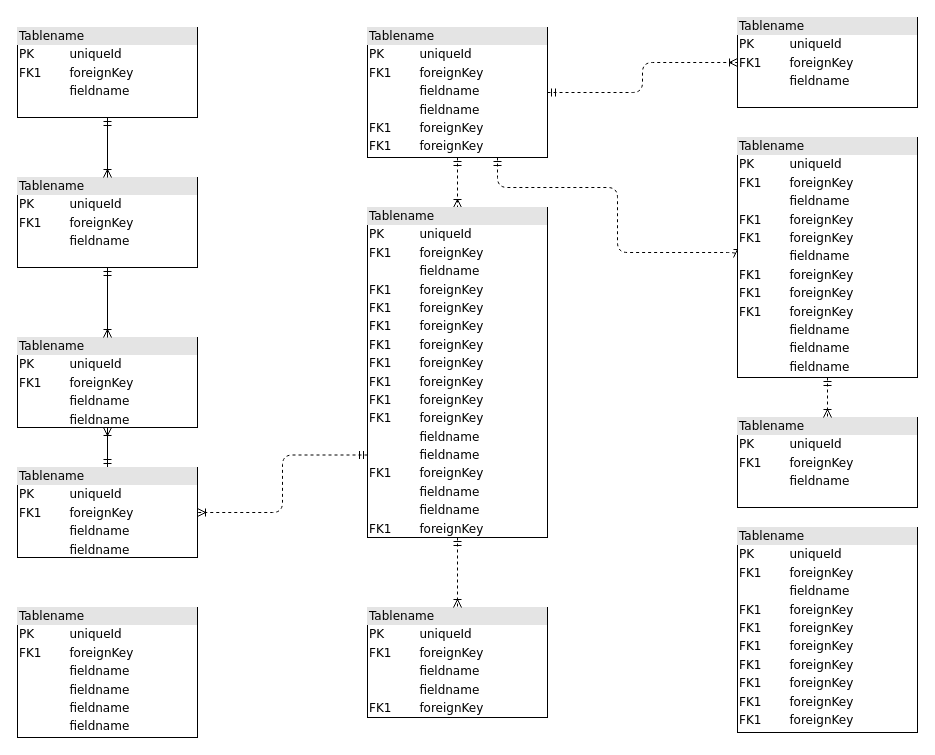
Krono159/bases-de-datos keeps this draw.io diagram as bases de datos/agencia web.drawio. Above is the earlier version. Source tidied: cells renumbered, new cells numbered last; positions are measured from the earlier drawing's top-left corner, leaving out a move shared by most shapes. Both pictures are drawn from the tidied source at 100%, with x=0, y=0 at pixel (17, 17).
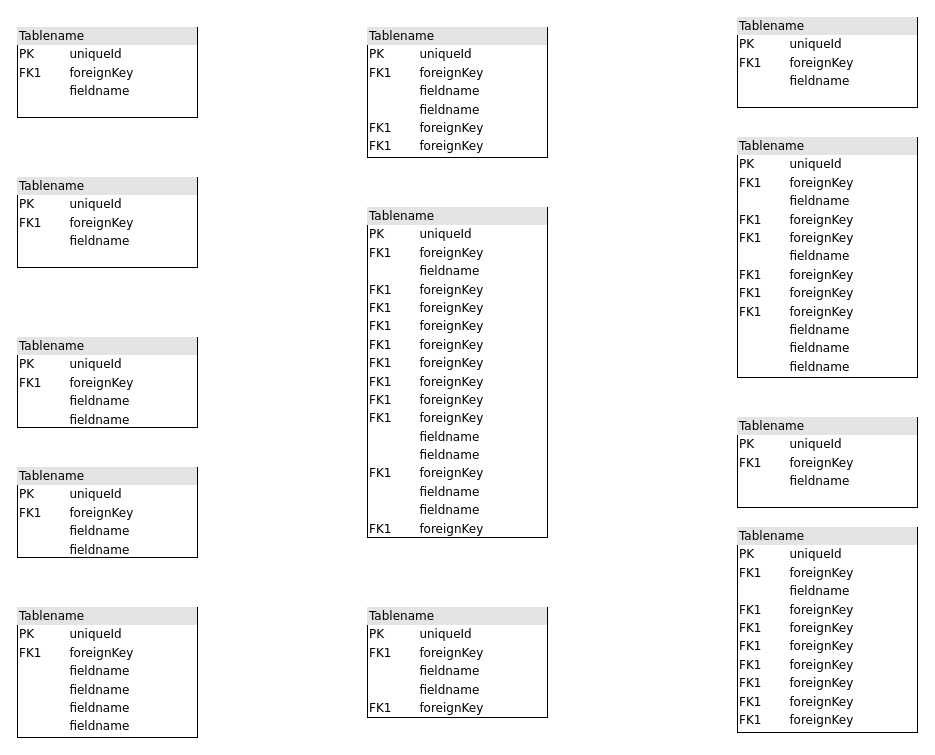
Above is the later version.

Unchanged cells that the change refers to:
```xml
<mxCell id="2" value="&lt;div style=&quot;box-sizing:border-box;width:100%;background:#e4e4e4;padding:2px;&quot;&gt;Tablename&lt;/div&gt;&lt;table style=&quot;width:100%;font-size:1em;&quot; cellpadding=&quot;2&quot; cellspacing=&quot;0&quot;&gt;&lt;tr&gt;&lt;td&gt;PK&lt;/td&gt;&lt;td&gt;uniqueId&lt;/td&gt;&lt;/tr&gt;&lt;tr&gt;&lt;td&gt;FK1&lt;/td&gt;&lt;td&gt;foreignKey&lt;/td&gt;&lt;/tr&gt;&lt;tr&gt;&lt;td&gt;&lt;/td&gt;&lt;td&gt;fieldname&lt;/td&gt;&lt;/tr&gt;&lt;/table&gt;" style="verticalAlign=top;align=left;overflow=fill;html=1;rounded=0;shadow=0;comic=0;labelBackgroundColor=none;strokeWidth=1;fontFamily=Verdana;fontSize=12;" parent="1" vertex="1">
  <mxGeometry y="10" width="180" height="90" as="geometry" />
</mxCell>
<mxCell id="6" value="&lt;div style=&quot;box-sizing: border-box ; width: 100% ; background: #e4e4e4 ; padding: 2px&quot;&gt;Tablename&lt;/div&gt;&lt;table style=&quot;width: 100% ; font-size: 1em&quot; cellpadding=&quot;2&quot; cellspacing=&quot;0&quot;&gt;&lt;tbody&gt;&lt;tr&gt;&lt;td&gt;PK&lt;/td&gt;&lt;td&gt;uniqueId&lt;/td&gt;&lt;/tr&gt;&lt;tr&gt;&lt;td&gt;FK1&lt;/td&gt;&lt;td&gt;foreignKey&lt;/td&gt;&lt;/tr&gt;&lt;tr&gt;&lt;td&gt;&lt;/td&gt;&lt;td&gt;fieldname&lt;/td&gt;&lt;/tr&gt;&lt;tr&gt;&lt;td&gt;&lt;br&gt;&lt;/td&gt;&lt;td&gt;fieldname&lt;br&gt;&lt;/td&gt;&lt;/tr&gt;&lt;tr&gt;&lt;td&gt;FK1&lt;br&gt;&lt;/td&gt;&lt;td&gt;foreignKey&lt;br&gt;&lt;/td&gt;&lt;/tr&gt;&lt;tr&gt;&lt;td&gt;FK1&lt;br&gt;&lt;/td&gt;&lt;td&gt;foreignKey&lt;br&gt;&lt;/td&gt;&lt;/tr&gt;&lt;/tbody&gt;&lt;/table&gt;" style="verticalAlign=top;align=left;overflow=fill;html=1;rounded=0;shadow=0;comic=0;labelBackgroundColor=none;strokeWidth=1;fontFamily=Verdana;fontSize=12;" parent="1" vertex="1">
  <mxGeometry x="350" y="10" width="180" height="130" as="geometry" />
</mxCell>
<mxCell id="9" value="&lt;div style=&quot;box-sizing: border-box ; width: 100% ; background: #e4e4e4 ; padding: 2px&quot;&gt;Tablename&lt;/div&gt;&lt;table style=&quot;width: 100% ; font-size: 1em&quot; cellpadding=&quot;2&quot; cellspacing=&quot;0&quot;&gt;&lt;tbody&gt;&lt;tr&gt;&lt;td&gt;PK&lt;/td&gt;&lt;td&gt;uniqueId&lt;/td&gt;&lt;/tr&gt;&lt;tr&gt;&lt;td&gt;FK1&lt;/td&gt;&lt;td&gt;foreignKey&lt;/td&gt;&lt;/tr&gt;&lt;tr&gt;&lt;td&gt;&lt;/td&gt;&lt;td&gt;fieldname&lt;/td&gt;&lt;/tr&gt;&lt;tr&gt;&lt;td&gt;&lt;br&gt;&lt;/td&gt;&lt;td&gt;fieldname&lt;br&gt;&lt;/td&gt;&lt;/tr&gt;&lt;/tbody&gt;&lt;/table&gt;" style="verticalAlign=top;align=left;overflow=fill;html=1;rounded=0;shadow=0;comic=0;labelBackgroundColor=none;strokeWidth=1;fontFamily=Verdana;fontSize=12;" parent="1" vertex="1">
  <mxGeometry y="450" width="180" height="90" as="geometry" />
</mxCell>
<mxCell id="10" value="&lt;div style=&quot;box-sizing: border-box ; width: 100% ; background: #e4e4e4 ; padding: 2px&quot;&gt;Tablename&lt;/div&gt;&lt;table style=&quot;width: 100% ; font-size: 1em&quot; cellpadding=&quot;2&quot; cellspacing=&quot;0&quot;&gt;&lt;tbody&gt;&lt;tr&gt;&lt;td&gt;PK&lt;/td&gt;&lt;td&gt;uniqueId&lt;/td&gt;&lt;/tr&gt;&lt;tr&gt;&lt;td&gt;FK1&lt;/td&gt;&lt;td&gt;foreignKey&lt;/td&gt;&lt;/tr&gt;&lt;tr&gt;&lt;td&gt;&lt;/td&gt;&lt;td&gt;fieldname&lt;/td&gt;&lt;/tr&gt;&lt;tr&gt;&lt;td&gt;&lt;br&gt;&lt;/td&gt;&lt;td&gt;fieldname&lt;br&gt;&lt;/td&gt;&lt;/tr&gt;&lt;/tbody&gt;&lt;/table&gt;" style="verticalAlign=top;align=left;overflow=fill;html=1;rounded=0;shadow=0;comic=0;labelBackgroundColor=none;strokeWidth=1;fontFamily=Verdana;fontSize=12;" parent="1" vertex="1">
  <mxGeometry y="320" width="180" height="90" as="geometry" />
</mxCell>
<mxCell id="12" value="&lt;div style=&quot;box-sizing:border-box;width:100%;background:#e4e4e4;padding:2px;&quot;&gt;Tablename&lt;/div&gt;&lt;table style=&quot;width:100%;font-size:1em;&quot; cellpadding=&quot;2&quot; cellspacing=&quot;0&quot;&gt;&lt;tr&gt;&lt;td&gt;PK&lt;/td&gt;&lt;td&gt;uniqueId&lt;/td&gt;&lt;/tr&gt;&lt;tr&gt;&lt;td&gt;FK1&lt;/td&gt;&lt;td&gt;foreignKey&lt;/td&gt;&lt;/tr&gt;&lt;tr&gt;&lt;td&gt;&lt;/td&gt;&lt;td&gt;fieldname&lt;/td&gt;&lt;/tr&gt;&lt;/table&gt;" style="verticalAlign=top;align=left;overflow=fill;html=1;rounded=0;shadow=0;comic=0;labelBackgroundColor=none;strokeWidth=1;fontFamily=Verdana;fontSize=12;" parent="1" vertex="1">
  <mxGeometry y="160" width="180" height="90" as="geometry" />
</mxCell>
<mxCell id="14" value="&lt;div style=&quot;box-sizing: border-box ; width: 100% ; background: #e4e4e4 ; padding: 2px&quot;&gt;Tablename&lt;/div&gt;&lt;table style=&quot;width: 100% ; font-size: 1em&quot; cellpadding=&quot;2&quot; cellspacing=&quot;0&quot;&gt;&lt;tbody&gt;&lt;tr&gt;&lt;td&gt;PK&lt;/td&gt;&lt;td&gt;uniqueId&lt;/td&gt;&lt;/tr&gt;&lt;tr&gt;&lt;td&gt;FK1&lt;/td&gt;&lt;td&gt;foreignKey&lt;/td&gt;&lt;/tr&gt;&lt;tr&gt;&lt;td&gt;&lt;/td&gt;&lt;td&gt;fieldname&lt;/td&gt;&lt;/tr&gt;&lt;tr&gt;&lt;td&gt;&lt;br&gt;&lt;/td&gt;&lt;td&gt;fieldname&lt;br&gt;&lt;/td&gt;&lt;/tr&gt;&lt;tr&gt;&lt;td&gt;FK1&lt;br&gt;&lt;/td&gt;&lt;td&gt;foreignKey&lt;br&gt;&lt;/td&gt;&lt;/tr&gt;&lt;/tbody&gt;&lt;/table&gt;" style="verticalAlign=top;align=left;overflow=fill;html=1;rounded=0;shadow=0;comic=0;labelBackgroundColor=none;strokeWidth=1;fontFamily=Verdana;fontSize=12;" parent="1" vertex="1">
  <mxGeometry x="350" y="590" width="180" height="110" as="geometry" />
</mxCell>
<mxCell id="16" value="&lt;div style=&quot;box-sizing: border-box ; width: 100% ; background: #e4e4e4 ; padding: 2px&quot;&gt;Tablename&lt;/div&gt;&lt;table style=&quot;width: 100% ; font-size: 1em&quot; cellpadding=&quot;2&quot; cellspacing=&quot;0&quot;&gt;&lt;tbody&gt;&lt;tr&gt;&lt;td&gt;PK&lt;/td&gt;&lt;td&gt;uniqueId&lt;/td&gt;&lt;/tr&gt;&lt;tr&gt;&lt;td&gt;FK1&lt;/td&gt;&lt;td&gt;foreignKey&lt;/td&gt;&lt;/tr&gt;&lt;tr&gt;&lt;td&gt;&lt;/td&gt;&lt;td&gt;fieldname&lt;/td&gt;&lt;/tr&gt;&lt;tr&gt;&lt;td&gt;FK1&lt;br&gt;&lt;/td&gt;&lt;td&gt;foreignKey&lt;br&gt;&lt;/td&gt;&lt;/tr&gt;&lt;tr&gt;&lt;td&gt;FK1&lt;br&gt;&lt;/td&gt;&lt;td&gt;foreignKey&lt;br&gt;&lt;/td&gt;&lt;/tr&gt;&lt;tr&gt;&lt;td&gt;FK1&lt;br&gt;&lt;/td&gt;&lt;td&gt;foreignKey&lt;br&gt;&lt;/td&gt;&lt;/tr&gt;&lt;tr&gt;&lt;td&gt;FK1&lt;br&gt;&lt;/td&gt;&lt;td&gt;foreignKey&lt;br&gt;&lt;/td&gt;&lt;/tr&gt;&lt;tr&gt;&lt;td&gt;FK1&lt;br&gt;&lt;/td&gt;&lt;td&gt;foreignKey&lt;br&gt;&lt;/td&gt;&lt;/tr&gt;&lt;tr&gt;&lt;td&gt;FK1&lt;br&gt;&lt;/td&gt;&lt;td&gt;foreignKey&lt;br&gt;&lt;/td&gt;&lt;/tr&gt;&lt;tr&gt;&lt;td&gt;FK1&lt;br&gt;&lt;/td&gt;&lt;td&gt;foreignKey&lt;br&gt;&lt;/td&gt;&lt;/tr&gt;&lt;tr&gt;&lt;td&gt;FK1&lt;br&gt;&lt;/td&gt;&lt;td&gt;foreignKey&lt;br&gt;&lt;/td&gt;&lt;/tr&gt;&lt;tr&gt;&lt;td&gt;&lt;br&gt;&lt;/td&gt;&lt;td&gt;fieldname&lt;br&gt;&lt;/td&gt;&lt;/tr&gt;&lt;tr&gt;&lt;td&gt;&lt;br&gt;&lt;/td&gt;&lt;td&gt;fieldname&lt;br&gt;&lt;/td&gt;&lt;/tr&gt;&lt;tr&gt;&lt;td&gt;FK1&lt;br&gt;&lt;/td&gt;&lt;td&gt;foreignKey&lt;br&gt;&lt;/td&gt;&lt;/tr&gt;&lt;tr&gt;&lt;td&gt;&lt;br&gt;&lt;/td&gt;&lt;td&gt;fieldname&lt;br&gt;&lt;/td&gt;&lt;/tr&gt;&lt;tr&gt;&lt;td&gt;&lt;br&gt;&lt;/td&gt;&lt;td&gt;fieldname&lt;br&gt;&lt;/td&gt;&lt;/tr&gt;&lt;tr&gt;&lt;td&gt;FK1&lt;br&gt;&lt;/td&gt;&lt;td&gt;foreignKey&lt;br&gt;&lt;/td&gt;&lt;/tr&gt;&lt;/tbody&gt;&lt;/table&gt;" style="verticalAlign=top;align=left;overflow=fill;html=1;rounded=0;shadow=0;comic=0;labelBackgroundColor=none;strokeWidth=1;fontFamily=Verdana;fontSize=12;" parent="1" vertex="1">
  <mxGeometry x="350" y="190" width="180" height="330" as="geometry" />
</mxCell>
<mxCell id="19" value="&lt;div style=&quot;box-sizing: border-box ; width: 100% ; background: #e4e4e4 ; padding: 2px&quot;&gt;Tablename&lt;/div&gt;&lt;table style=&quot;width: 100% ; font-size: 1em&quot; cellpadding=&quot;2&quot; cellspacing=&quot;0&quot;&gt;&lt;tbody&gt;&lt;tr&gt;&lt;td&gt;PK&lt;/td&gt;&lt;td&gt;uniqueId&lt;/td&gt;&lt;/tr&gt;&lt;tr&gt;&lt;td&gt;FK1&lt;/td&gt;&lt;td&gt;foreignKey&lt;/td&gt;&lt;/tr&gt;&lt;tr&gt;&lt;td&gt;&lt;/td&gt;&lt;td&gt;fieldname&lt;/td&gt;&lt;/tr&gt;&lt;tr&gt;&lt;td&gt;FK1&lt;br&gt;&lt;/td&gt;&lt;td&gt;foreignKey&lt;br&gt;&lt;/td&gt;&lt;/tr&gt;&lt;tr&gt;&lt;td&gt;FK1&lt;br&gt;&lt;/td&gt;&lt;td&gt;foreignKey&lt;br&gt;&lt;/td&gt;&lt;/tr&gt;&lt;tr&gt;&lt;td&gt;&lt;br&gt;&lt;/td&gt;&lt;td&gt;fieldname&lt;br&gt;&lt;/td&gt;&lt;/tr&gt;&lt;tr&gt;&lt;td&gt;FK1&lt;br&gt;&lt;/td&gt;&lt;td&gt;foreignKey&lt;br&gt;&lt;/td&gt;&lt;/tr&gt;&lt;tr&gt;&lt;td&gt;FK1&lt;br&gt;&lt;/td&gt;&lt;td&gt;foreignKey&lt;br&gt;&lt;/td&gt;&lt;/tr&gt;&lt;tr&gt;&lt;td&gt;FK1&lt;br&gt;&lt;/td&gt;&lt;td&gt;foreignKey&lt;br&gt;&lt;/td&gt;&lt;/tr&gt;&lt;tr&gt;&lt;td&gt;&lt;br&gt;&lt;/td&gt;&lt;td&gt;fieldname&lt;br&gt;&lt;/td&gt;&lt;/tr&gt;&lt;tr&gt;&lt;td&gt;&lt;br&gt;&lt;/td&gt;&lt;td&gt;fieldname&lt;br&gt;&lt;/td&gt;&lt;/tr&gt;&lt;tr&gt;&lt;td&gt;&lt;br&gt;&lt;/td&gt;&lt;td&gt;fieldname&lt;br&gt;&lt;/td&gt;&lt;/tr&gt;&lt;/tbody&gt;&lt;/table&gt;" style="verticalAlign=top;align=left;overflow=fill;html=1;rounded=0;shadow=0;comic=0;labelBackgroundColor=none;strokeWidth=1;fontFamily=Verdana;fontSize=12;" parent="1" vertex="1">
  <mxGeometry x="720" y="120" width="180" height="240" as="geometry" />
</mxCell>
<mxCell id="20" value="&lt;div style=&quot;box-sizing:border-box;width:100%;background:#e4e4e4;padding:2px;&quot;&gt;Tablename&lt;/div&gt;&lt;table style=&quot;width:100%;font-size:1em;&quot; cellpadding=&quot;2&quot; cellspacing=&quot;0&quot;&gt;&lt;tr&gt;&lt;td&gt;PK&lt;/td&gt;&lt;td&gt;uniqueId&lt;/td&gt;&lt;/tr&gt;&lt;tr&gt;&lt;td&gt;FK1&lt;/td&gt;&lt;td&gt;foreignKey&lt;/td&gt;&lt;/tr&gt;&lt;tr&gt;&lt;td&gt;&lt;/td&gt;&lt;td&gt;fieldname&lt;/td&gt;&lt;/tr&gt;&lt;/table&gt;" style="verticalAlign=top;align=left;overflow=fill;html=1;rounded=0;shadow=0;comic=0;labelBackgroundColor=none;strokeWidth=1;fontFamily=Verdana;fontSize=12;" parent="1" vertex="1">
  <mxGeometry x="720" width="180" height="90" as="geometry" />
</mxCell>
```

Diff of the diagram source:
```diff
@@
-    <mxCell id="3" style="edgeStyle=orthogonalEdgeStyle;html=1;entryX=0.5;entryY=0;dashed=1;labelBackgroundColor=none;startArrow=ERmandOne;endArrow=ERoneToMany;fontFamily=Verdana;fontSize=12;align=left;" parent="1" edge="1" source="6" target="16">
-      <mxGeometry relative="1" as="geometry" />
-    </mxCell>
-    <mxCell id="4" style="edgeStyle=orthogonalEdgeStyle;html=1;dashed=1;labelBackgroundColor=none;startArrow=ERmandOne;endArrow=ERoneToMany;fontFamily=Verdana;fontSize=12;align=left;entryX=0;entryY=0.5;" parent="1" edge="1" source="6" target="19">
-      <mxGeometry relative="1" as="geometry">
-        <Array as="points">
-          <mxPoint x="480" y="170" />
-          <mxPoint x="600" y="170" />
-          <mxPoint x="600" y="235" />
-        </Array>
-      </mxGeometry>
-    </mxCell>
-    <mxCell id="5" style="edgeStyle=orthogonalEdgeStyle;html=1;dashed=1;labelBackgroundColor=none;startArrow=ERmandOne;endArrow=ERoneToMany;fontFamily=Verdana;fontSize=12;align=left;" parent="1" edge="1" source="6" target="20">
-      <mxGeometry relative="1" as="geometry" />
-    </mxCell>
@@
-    <mxCell id="7" style="edgeStyle=orthogonalEdgeStyle;html=1;labelBackgroundColor=none;startArrow=ERmandOne;endArrow=ERoneToMany;fontFamily=Verdana;fontSize=12;align=left;" parent="1" edge="1" source="9" target="10">
-      <mxGeometry relative="1" as="geometry" />
-    </mxCell>
-    <mxCell id="8" style="edgeStyle=orthogonalEdgeStyle;html=1;exitX=0;exitY=0.75;entryX=1;entryY=0.5;dashed=1;labelBackgroundColor=none;startArrow=ERmandOne;endArrow=ERoneToMany;fontFamily=Verdana;fontSize=12;align=left;" parent="1" edge="1" source="16" target="9">
-      <mxGeometry relative="1" as="geometry" />
-    </mxCell>
@@
-    <mxCell id="11" style="edgeStyle=orthogonalEdgeStyle;html=1;entryX=0.5;entryY=0;labelBackgroundColor=none;startArrow=ERmandOne;endArrow=ERoneToMany;fontFamily=Verdana;fontSize=12;align=left;" parent="1" edge="1" source="12" target="10">
-      <mxGeometry relative="1" as="geometry" />
-    </mxCell>
@@
-    <mxCell id="15" style="edgeStyle=orthogonalEdgeStyle;html=1;entryX=0.5;entryY=0;labelBackgroundColor=none;startArrow=ERmandOne;endArrow=ERoneToMany;fontFamily=Verdana;fontSize=12;align=left;dashed=1;" parent="1" edge="1" source="16" target="14">
-      <mxGeometry relative="1" as="geometry" />
-    </mxCell>
@@
-    <mxCell id="17" value="&lt;div style=&quot;box-sizing:border-box;width:100%;background:#e4e4e4;padding:2px;&quot;&gt;Tablename&lt;/div&gt;&lt;table style=&quot;width:100%;font-size:1em;&quot; cellpadding=&quot;2&quot; cellspacing=&quot;0&quot;&gt;&lt;tr&gt;&lt;td&gt;PK&lt;/td&gt;&lt;td&gt;uniqueId&lt;/td&gt;&lt;/tr&gt;&lt;tr&gt;&lt;td&gt;FK1&lt;/td&gt;&lt;td&gt;foreignKey&lt;/td&gt;&lt;/tr&gt;&lt;tr&gt;&lt;td&gt;&lt;/td&gt;&lt;td&gt;fieldname&lt;/td&gt;&lt;/tr&gt;&lt;/table&gt;" style="verticalAlign=top;align=left;overflow=fill;html=1;rounded=0;shadow=0;comic=0;labelBackgroundColor=none;strokeWidth=1;fontFamily=Verdana;fontSize=12;" parent="1" vertex="1">
+    <mxCell id="17" value="&lt;div style=&quot;box-sizing: border-box ; width: 100% ; background: #e4e4e4 ; padding: 2px&quot;&gt;Tablename&lt;/div&gt;&lt;table style=&quot;width: 100% ; font-size: 1em&quot; cellspacing=&quot;0&quot; cellpadding=&quot;2&quot;&gt;&lt;tbody&gt;&lt;tr&gt;&lt;td&gt;PK&lt;/td&gt;&lt;td&gt;uniqueId&lt;/td&gt;&lt;/tr&gt;&lt;tr&gt;&lt;td&gt;FK1&lt;/td&gt;&lt;td&gt;foreignKey&lt;/td&gt;&lt;/tr&gt;&lt;tr&gt;&lt;td&gt;&lt;br&gt;&lt;/td&gt;&lt;td&gt;fieldname&lt;br&gt;&lt;br&gt;&lt;/td&gt;&lt;/tr&gt;&lt;/tbody&gt;&lt;/table&gt;" style="verticalAlign=top;align=left;overflow=fill;html=1;rounded=0;shadow=0;comic=0;labelBackgroundColor=none;strokeWidth=1;fontFamily=Verdana;fontSize=12;" parent="1" vertex="1">
       <mxGeometry x="720" y="400" width="180" height="90" as="geometry" />
     </mxCell>
-    <mxCell id="18" style="edgeStyle=orthogonalEdgeStyle;html=1;entryX=0.5;entryY=0;dashed=1;labelBackgroundColor=none;startArrow=ERmandOne;endArrow=ERoneToMany;fontFamily=Verdana;fontSize=12;align=left;" parent="1" edge="1" source="19" target="17">
-      <mxGeometry relative="1" as="geometry" />
-    </mxCell>
@@
-    <mxCell id="22" style="edgeStyle=orthogonalEdgeStyle;html=1;endArrow=ERoneToMany;startArrow=ERmandOne;labelBackgroundColor=none;fontFamily=Verdana;fontSize=12;align=left;exitX=0.5;exitY=1;entryX=0.5;entryY=0;" parent="1" edge="1" source="2" target="12">
-      <mxGeometry relative="1" as="geometry" />
-    </mxCell>
```
